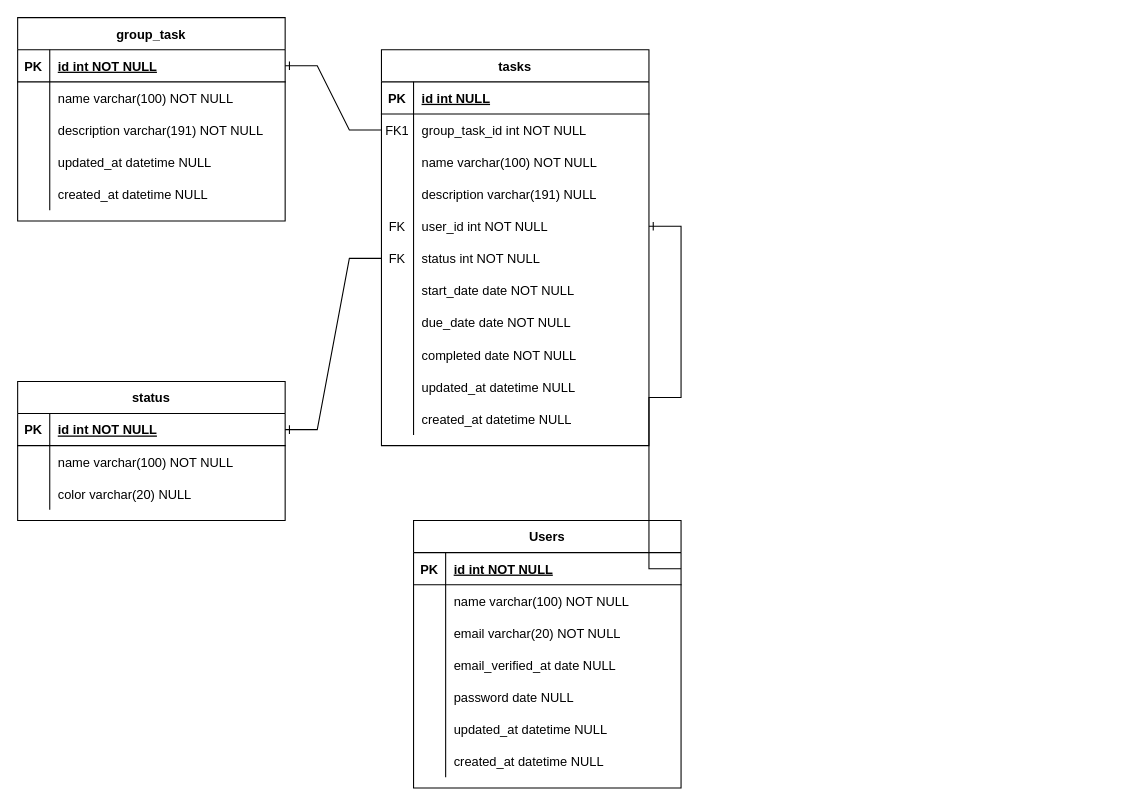
The draw.io diagram Modelo.drawio in artulance/Test-task, before the edit. Source tidied: cells renumbered, new cells numbered last; positions are measured from the earlier drawing's top-left corner, leaving out a move shared by most shapes. Both pictures are drawn from the tidied source at 107%, with x=0, y=0 at pixel (17, 17).
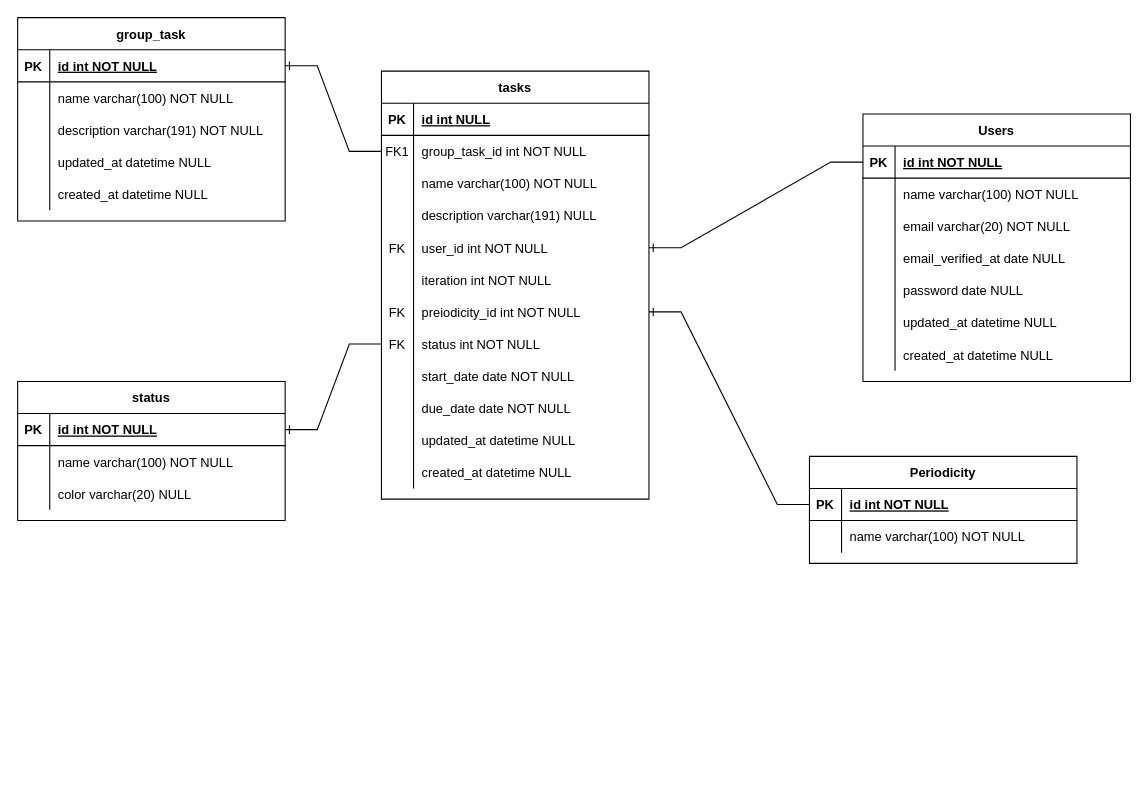
The same page after the edit.

Unchanged cells that the change refers to:
```xml
<mxCell id="15" style="shape=partialRectangle;fillColor=none;points=[[0,0.5],[1,0.5]];portConstraint=eastwest;top=0;left=0;right=0;bottom=0;" parent="2" vertex="1">
  <mxGeometry y="150" width="250" height="30" as="geometry" />
</mxCell>
<mxCell id="65" style="shape=partialRectangle;fillColor=none;points=[[0,0.5],[1,0.5]];portConstraint=eastwest;top=0;left=0;right=0;bottom=1;" parent="64" vertex="1">
  <mxGeometry y="30" width="250" height="30" as="geometry" />
</mxCell>
```

Diff of the diagram source:
```diff
@@
     <mxCell id="2" value="tasks" style="shape=table;startSize=30;childLayout=tableLayout;rowLines=0;fontStyle=1;align=center;" parent="1" vertex="1">
-      <mxGeometry x="340" y="30" width="250" height="370" as="geometry" />
+      <mxGeometry x="340" y="50" width="250" height="400" as="geometry" />
     </mxCell>
@@
+    <mxCell id="87" style="shape=partialRectangle;fillColor=none;top=0;left=0;right=0;bottom=0;" parent="2" vertex="1">
+      <mxGeometry y="180" width="250" height="30" as="geometry" />
+    </mxCell>
+    <mxCell id="88" style="shape=partialRectangle;overflow=hidden;fillColor=none;top=0;left=0;bottom=0;right=0;" parent="87" vertex="1">
+      <mxGeometry width="30" height="30" as="geometry" />
+    </mxCell>
+    <mxCell id="89" value="iteration int NOT NULL" style="shape=partialRectangle;overflow=hidden;fillColor=none;top=0;left=0;bottom=0;right=0;align=left;spacingLeft=6;" parent="87" vertex="1">
+      <mxGeometry x="30" width="220" height="30" as="geometry" />
+    </mxCell>
+    <mxCell id="90" style="shape=partialRectangle;fillColor=none;points=[[0,0.5],[1,0.5]];portConstraint=eastwest;top=0;left=0;right=0;bottom=0;" parent="2" vertex="1">
+      <mxGeometry y="210" width="250" height="30" as="geometry" />
+    </mxCell>
+    <mxCell id="91" value="FK" style="shape=partialRectangle;overflow=hidden;fillColor=none;top=0;left=0;bottom=0;right=0;" parent="90" vertex="1">
+      <mxGeometry width="30" height="30" as="geometry" />
+    </mxCell>
+    <mxCell id="92" value="preiodicity_id int NOT NULL" style="shape=partialRectangle;overflow=hidden;fillColor=none;top=0;left=0;bottom=0;right=0;align=left;spacingLeft=6;" parent="90" vertex="1">
+      <mxGeometry x="30" width="220" height="30" as="geometry" />
+    </mxCell>
     <mxCell id="18" style="shape=partialRectangle;fillColor=none;points=[[0,0.5],[1,0.5]];portConstraint=eastwest;top=0;left=0;right=0;bottom=0;" parent="2" vertex="1">
-      <mxGeometry y="180" width="250" height="30" as="geometry" />
+      <mxGeometry y="240" width="250" height="30" as="geometry" />
     </mxCell>
@@
     <mxCell id="21" style="shape=partialRectangle;fillColor=none;top=0;left=0;right=0;bottom=0;" parent="2" vertex="1">
-      <mxGeometry y="210" width="250" height="30" as="geometry" />
+      <mxGeometry y="270" width="250" height="30" as="geometry" />
     </mxCell>
@@
     <mxCell id="24" style="shape=partialRectangle;fillColor=none;top=0;left=0;right=0;bottom=0;" parent="2" vertex="1">
-      <mxGeometry y="240" width="250" height="30" as="geometry" />
+      <mxGeometry y="300" width="250" height="30" as="geometry" />
     </mxCell>
@@
-    <mxCell id="27" style="shape=partialRectangle;fillColor=none;top=0;left=0;right=0;bottom=0;" parent="2" vertex="1">
-      <mxGeometry y="270" width="250" height="30" as="geometry" />
-    </mxCell>
-    <mxCell id="28" style="shape=partialRectangle;overflow=hidden;fillColor=none;top=0;left=0;bottom=0;right=0;" parent="27" vertex="1">
-      <mxGeometry width="30" height="30" as="geometry" />
-    </mxCell>
-    <mxCell id="29" value="completed date NOT NULL" style="shape=partialRectangle;overflow=hidden;fillColor=none;top=0;left=0;bottom=0;right=0;align=left;spacingLeft=6;" parent="27" vertex="1">
-      <mxGeometry x="30" width="220" height="30" as="geometry" />
-    </mxCell>
     <mxCell id="30" style="shape=partialRectangle;fillColor=none;top=0;left=0;right=0;bottom=0;" parent="2" vertex="1">
-      <mxGeometry y="300" width="250" height="30" as="geometry" />
+      <mxGeometry y="330" width="250" height="30" as="geometry" />
     </mxCell>
@@
     <mxCell id="33" style="shape=partialRectangle;fillColor=none;top=0;left=0;right=0;bottom=0;" parent="2" vertex="1">
-      <mxGeometry y="330" width="250" height="30" as="geometry" />
+      <mxGeometry y="360" width="250" height="30" as="geometry" />
     </mxCell>
@@
     <mxCell id="64" value="Users" style="shape=table;startSize=30;childLayout=tableLayout;rowLines=0;fontStyle=1;align=center;" parent="1" vertex="1">
-      <mxGeometry x="370" y="470" width="250" height="250" as="geometry" />
+      <mxGeometry x="790" y="90" width="250" height="250" as="geometry" />
     </mxCell>
@@
-    <mxCell id="86" style="edgeStyle=entityRelationEdgeStyle;fontSize=12;html=1;endArrow=ERone;endFill=1;rounded=0;entryX=1;entryY=0.5;entryDx=0;entryDy=0;exitX=1;exitY=0.5;exitDx=0;exitDy=0;" parent="1" edge="1" source="65" target="15">
+    <mxCell id="86" style="edgeStyle=entityRelationEdgeStyle;fontSize=12;html=1;endArrow=ERone;endFill=1;rounded=0;entryX=1;entryY=0.5;entryDx=0;entryDy=0;exitX=0;exitY=0.5;exitDx=0;exitDy=0;" parent="1" edge="1" source="65" target="15">
       <mxGeometry relative="1" as="geometry" />
     </mxCell>
+    <mxCell id="93" value="Periodicity" style="shape=table;startSize=30;childLayout=tableLayout;rowLines=0;fontStyle=1;align=center;" parent="1" vertex="1">
+      <mxGeometry x="740" y="410" width="250" height="100" as="geometry" />
+    </mxCell>
+    <mxCell id="94" style="shape=partialRectangle;fillColor=none;points=[[0,0.5],[1,0.5]];portConstraint=eastwest;top=0;left=0;right=0;bottom=1;" parent="93" vertex="1">
+      <mxGeometry y="30" width="250" height="30" as="geometry" />
+    </mxCell>
+    <mxCell id="95" value="PK" style="shape=partialRectangle;overflow=hidden;fillColor=none;top=0;left=0;bottom=0;right=0;fontStyle=1;" parent="94" vertex="1">
+      <mxGeometry width="30" height="30" as="geometry" />
+    </mxCell>
+    <mxCell id="96" value="id int NOT NULL " style="shape=partialRectangle;overflow=hidden;fillColor=none;top=0;left=0;bottom=0;right=0;align=left;spacingLeft=6;fontStyle=5;" parent="94" vertex="1">
+      <mxGeometry x="30" width="220" height="30" as="geometry" />
+    </mxCell>
+    <mxCell id="97" style="shape=partialRectangle;fillColor=none;top=0;left=0;right=0;bottom=0;" parent="93" vertex="1">
+      <mxGeometry y="60" width="250" height="30" as="geometry" />
+    </mxCell>
+    <mxCell id="98" style="shape=partialRectangle;overflow=hidden;fillColor=none;top=0;left=0;bottom=0;right=0;" parent="97" vertex="1">
+      <mxGeometry width="30" height="30" as="geometry" />
+    </mxCell>
+    <mxCell id="99" value="name varchar(100) NOT NULL" style="shape=partialRectangle;overflow=hidden;fillColor=none;top=0;left=0;bottom=0;right=0;align=left;spacingLeft=6;" parent="97" vertex="1">
+      <mxGeometry x="30" width="220" height="30" as="geometry" />
+    </mxCell>
+    <mxCell id="100" style="edgeStyle=entityRelationEdgeStyle;fontSize=12;html=1;endArrow=ERone;endFill=1;rounded=0;entryX=1;entryY=0.5;entryDx=0;entryDy=0;exitX=0;exitY=0.5;exitDx=0;exitDy=0;" parent="1" edge="1" source="94" target="90">
+      <mxGeometry relative="1" as="geometry" />
+    </mxCell>
```
